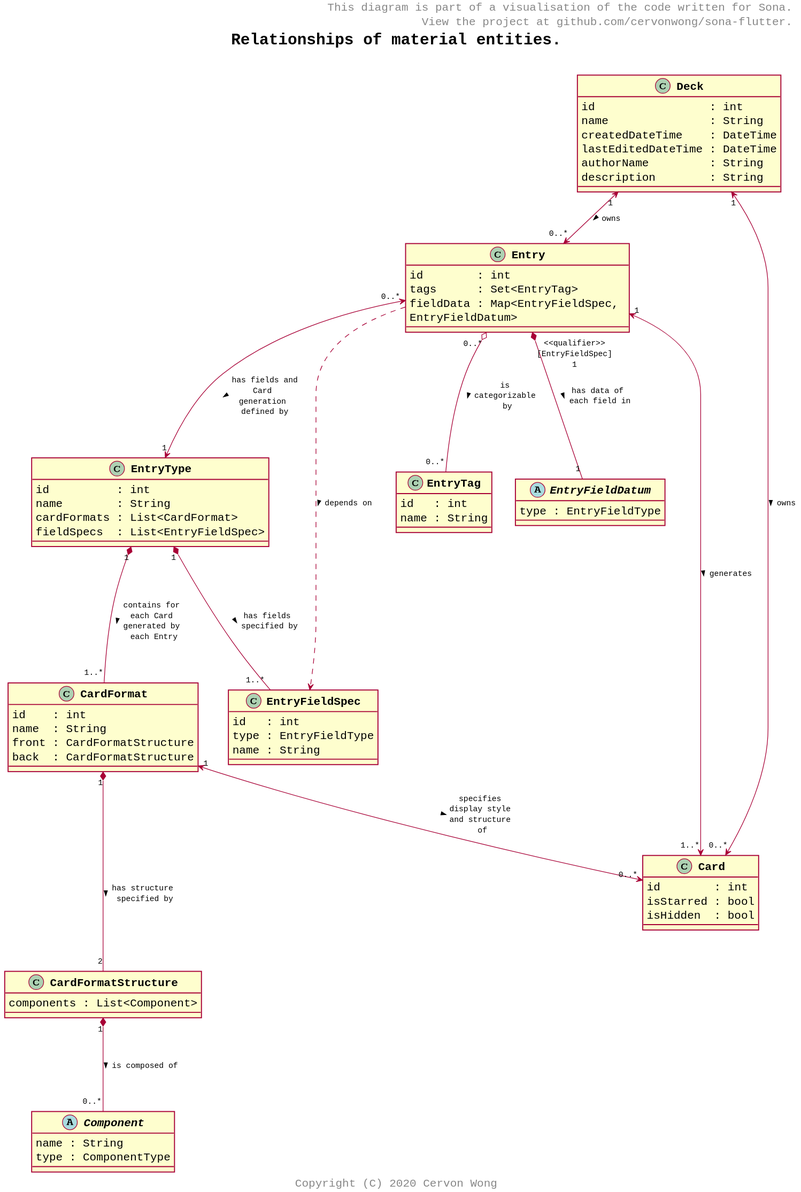
Before: puml/material_entities.svg, a diagram exported from PlantUML (cervonwong/sona-flutter).
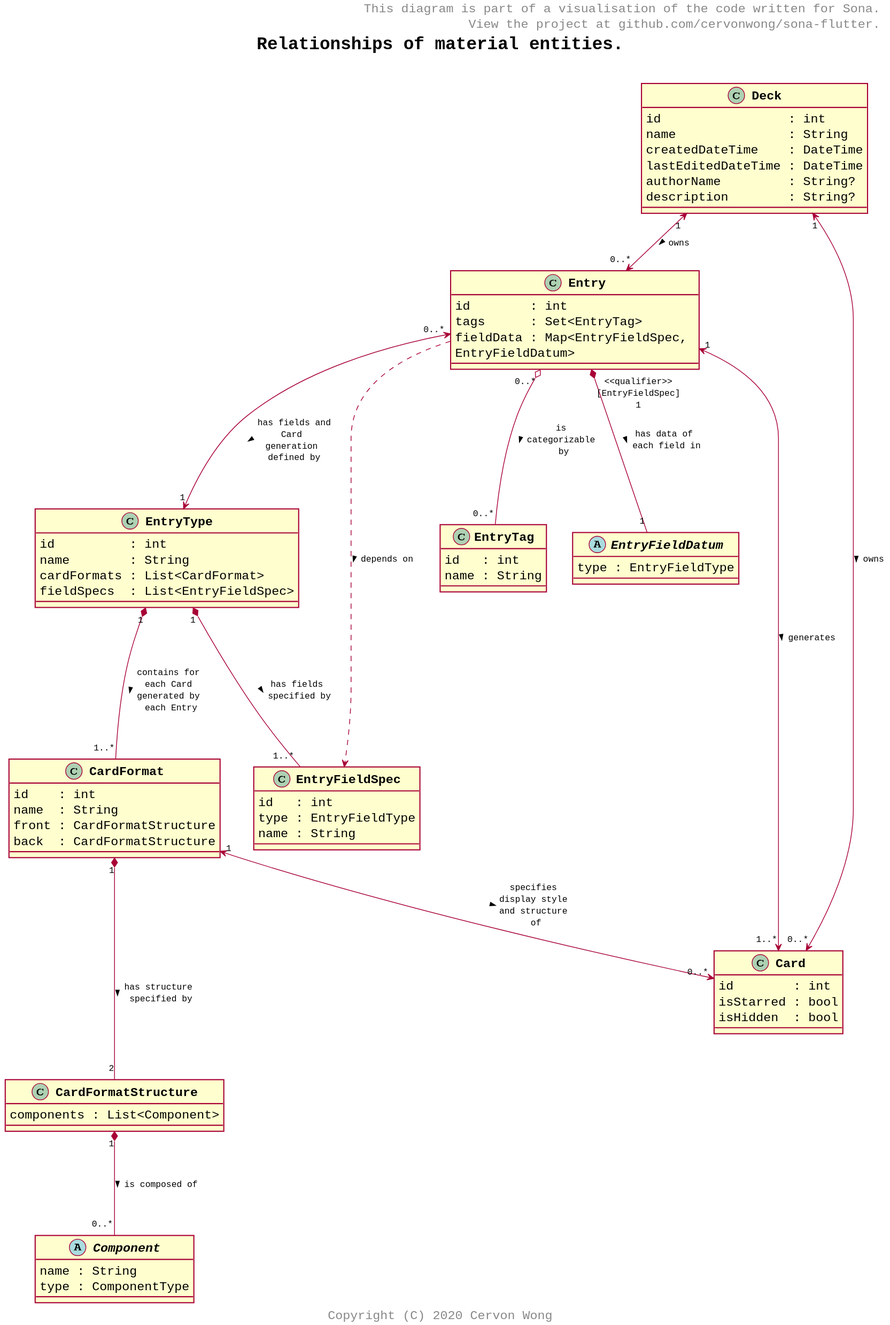
The same diagram one commit later.

What changed in the source:
```diff
@@ -32,8 +32,8 @@
 	name               : String
 	createdDateTime    : DateTime
 	lastEditedDateTime : DateTime
-	authorName         : String
-	description        : String
+	authorName         : String?
+	description        : String?
 }
 
 class EntryTag {
```
